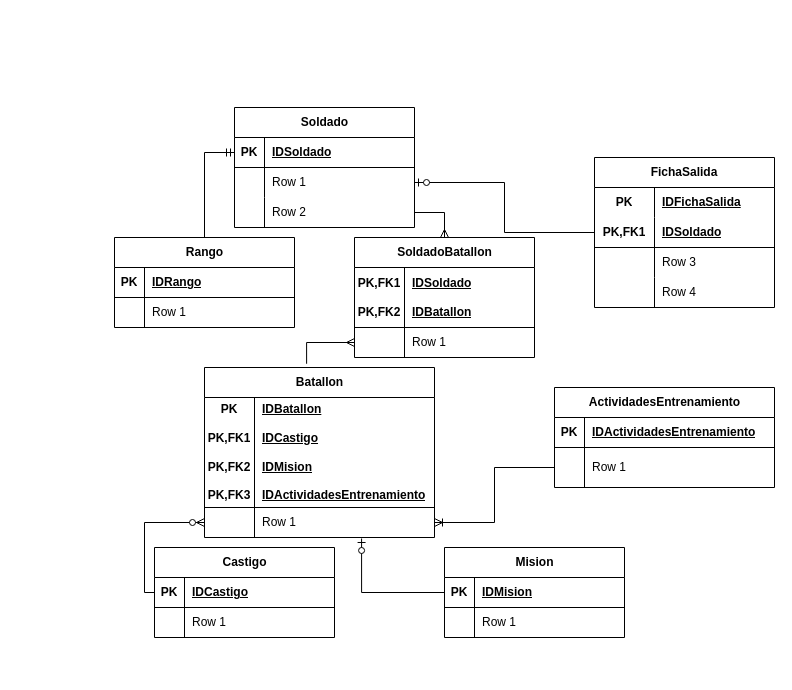
Rafael454Gonzalez/django-portfolio-simple keeps this draw.io diagram as Ejercito.drawio. Above is the earlier version. Source tidied: cells renumbered, new cells numbered last; positions are measured from the earlier drawing's top-left corner, leaving out a move shared by most shapes. Both pictures are drawn from the tidied source at 100%, with x=0, y=0 at pixel (114, 107).
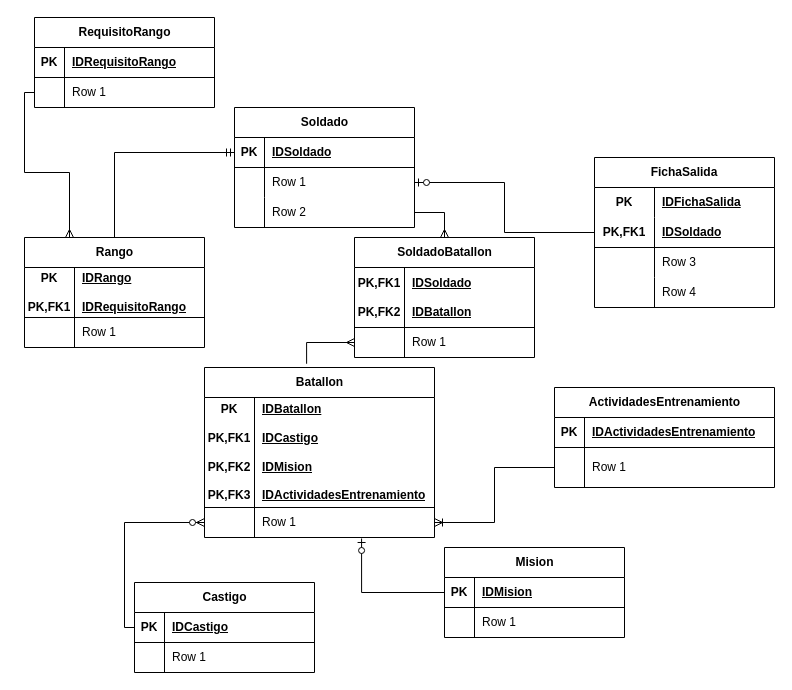
Above is the later version.

Diff of the diagram source:
```diff
@@
     <mxCell id="26" value="Rango" style="shape=table;startSize=30;childLayout=tableLayout;rowLines=0;fontStyle=1;align=center;html=1;" parent="1" vertex="1">
-      <mxGeometry y="130" width="180" height="90" as="geometry" />
+      <mxGeometry x="-90" y="130" width="180" height="110" as="geometry" />
     </mxCell>
     <mxCell id="27" style="shape=tableRow;horizontal=0;startSize=0;swimlaneHead=0;swimlaneBody=0;fillColor=none;top=0;left=0;right=0;bottom=1;" parent="26" vertex="1">
-      <mxGeometry y="30" width="180" height="30" as="geometry" />
+      <mxGeometry y="30" width="180" height="50" as="geometry" />
     </mxCell>
-    <mxCell id="28" value="PK" style="shape=partialRectangle;fillColor=none;top=0;left=0;bottom=0;right=0;fontStyle=1;overflow=hidden;whiteSpace=wrap;html=1;" parent="27" vertex="1">
-      <mxGeometry width="30" height="30" as="geometry" />
+    <mxCell id="28" value="PK&lt;br&gt;&lt;br&gt;PK,FK1" style="shape=partialRectangle;fillColor=none;top=0;left=0;bottom=0;right=0;fontStyle=1;overflow=hidden;whiteSpace=wrap;html=1;" parent="27" vertex="1">
+      <mxGeometry width="50" height="50" as="geometry" />
     </mxCell>
-    <mxCell id="29" value="IDRango" style="shape=partialRectangle;fillColor=none;top=0;left=0;bottom=0;right=0;align=left;spacingLeft=6;fontStyle=5;overflow=hidden;whiteSpace=wrap;html=1;" parent="27" vertex="1">
-      <mxGeometry x="30" width="150" height="30" as="geometry" />
+    <mxCell id="29" value="IDRango&lt;br&gt;&lt;br&gt;IDRequisitoRango" style="shape=partialRectangle;fillColor=none;top=0;left=0;bottom=0;right=0;align=left;spacingLeft=6;fontStyle=5;overflow=hidden;whiteSpace=wrap;html=1;" parent="27" vertex="1">
+      <mxGeometry x="50" width="130" height="50" as="geometry" />
     </mxCell>
     <mxCell id="30" style="shape=tableRow;horizontal=0;startSize=0;swimlaneHead=0;swimlaneBody=0;fillColor=none;top=0;left=0;right=0;bottom=0;" parent="26" vertex="1">
-      <mxGeometry y="60" width="180" height="30" as="geometry" />
+      <mxGeometry y="80" width="180" height="30" as="geometry" />
     </mxCell>
     <mxCell id="31" style="shape=partialRectangle;fillColor=none;top=0;left=0;bottom=0;right=0;overflow=hidden;whiteSpace=wrap;html=1;" parent="30" vertex="1">
-      <mxGeometry width="30" height="30" as="geometry" />
+      <mxGeometry width="50" height="30" as="geometry" />
     </mxCell>
     <mxCell id="32" value="Row 1" style="shape=partialRectangle;fillColor=none;top=0;left=0;bottom=0;right=0;align=left;spacingLeft=6;overflow=hidden;whiteSpace=wrap;html=1;" parent="30" vertex="1">
-      <mxGeometry x="30" width="150" height="30" as="geometry" />
+      <mxGeometry x="50" width="130" height="30" as="geometry" />
     </mxCell>
@@
     <mxCell id="34" value="Castigo" style="shape=table;startSize=30;childLayout=tableLayout;rowLines=0;fontStyle=1;align=center;html=1;" parent="1" vertex="1">
-      <mxGeometry x="40" y="440" width="180" height="90" as="geometry" />
+      <mxGeometry x="20" y="475" width="180" height="90" as="geometry" />
     </mxCell>
@@
+    <mxCell id="74" value="RequisitoRango" style="shape=table;startSize=30;childLayout=tableLayout;rowLines=0;fontStyle=1;align=center;html=1;" parent="1" vertex="1">
+      <mxGeometry x="-80" y="-90" width="180" height="90" as="geometry" />
+    </mxCell>
+    <mxCell id="75" style="shape=tableRow;horizontal=0;startSize=0;swimlaneHead=0;swimlaneBody=0;fillColor=none;top=0;left=0;right=0;bottom=1;" parent="74" vertex="1">
+      <mxGeometry y="30" width="180" height="30" as="geometry" />
+    </mxCell>
+    <mxCell id="76" value="PK" style="shape=partialRectangle;fillColor=none;top=0;left=0;bottom=0;right=0;fontStyle=1;overflow=hidden;whiteSpace=wrap;html=1;" parent="75" vertex="1">
+      <mxGeometry width="30" height="30" as="geometry" />
+    </mxCell>
+    <mxCell id="77" value="IDRequisitoRango" style="shape=partialRectangle;fillColor=none;top=0;left=0;bottom=0;right=0;align=left;spacingLeft=6;fontStyle=5;overflow=hidden;whiteSpace=wrap;html=1;" parent="75" vertex="1">
+      <mxGeometry x="30" width="150" height="30" as="geometry" />
+    </mxCell>
+    <mxCell id="78" style="shape=tableRow;horizontal=0;startSize=0;swimlaneHead=0;swimlaneBody=0;fillColor=none;points=[[0,0.5],[1,0.5]];portConstraint=eastwest;top=0;left=0;right=0;bottom=0;" parent="74" vertex="1">
+      <mxGeometry y="60" width="180" height="30" as="geometry" />
+    </mxCell>
+    <mxCell id="79" style="shape=partialRectangle;fillColor=none;top=0;left=0;bottom=0;right=0;overflow=hidden;whiteSpace=wrap;html=1;" parent="78" vertex="1">
+      <mxGeometry width="30" height="30" as="geometry" />
+    </mxCell>
+    <mxCell id="80" value="Row 1" style="shape=partialRectangle;fillColor=none;top=0;left=0;bottom=0;right=0;align=left;spacingLeft=6;overflow=hidden;whiteSpace=wrap;html=1;" parent="78" vertex="1">
+      <mxGeometry x="30" width="150" height="30" as="geometry" />
+    </mxCell>
+    <mxCell id="81" style="edgeStyle=orthogonalEdgeStyle;fontSize=12;html=1;endArrow=ERmany;rounded=0;entryX=0.25;entryY=0;entryDx=0;entryDy=0;exitX=0;exitY=0.5;exitDx=0;exitDy=0;" parent="1" edge="1" source="78" target="26">
+      <mxGeometry relative="1" as="geometry" />
+    </mxCell>
```
